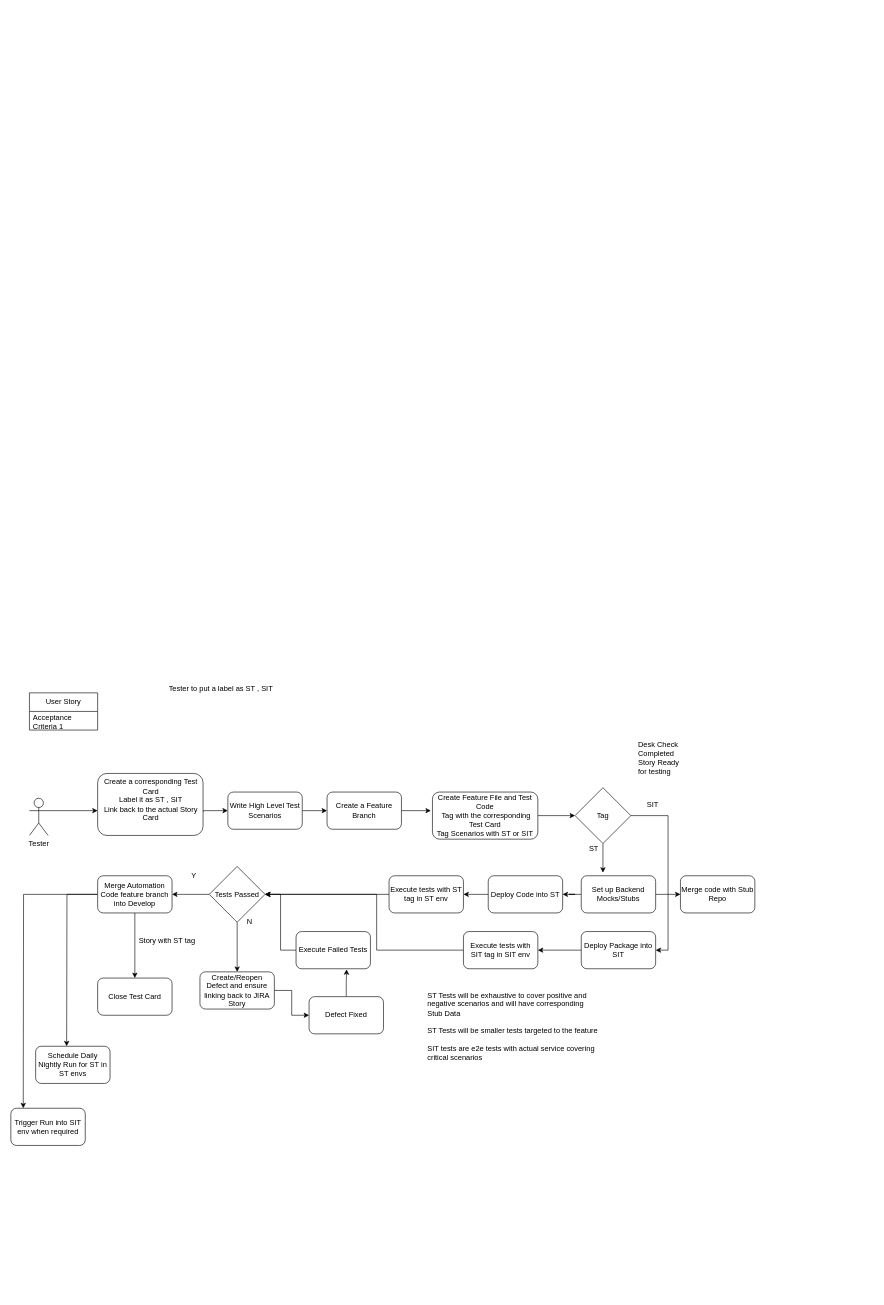
The draw.io diagram page "Page-3" (3 of 4) of Test Process.drawio in neeraj0882/Process, before the edit. Source tidied: cells renumbered, new cells numbered last; positions are measured from the earlier drawing's top-left corner, leaving out a move shared by most shapes. Both pictures are drawn from the tidied source at 62%, with x=0, y=0 at pixel (11, 674).
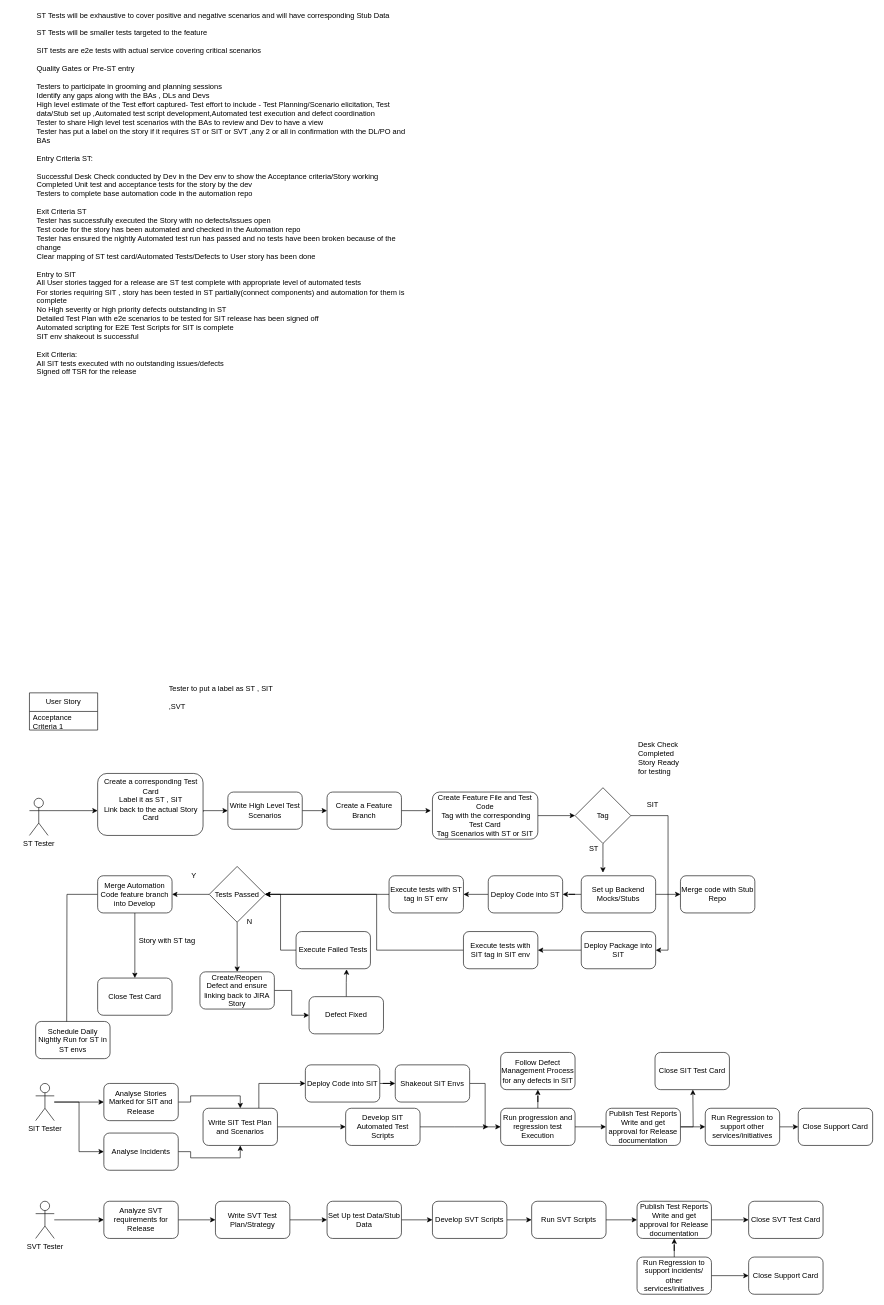
The same diagram, later.

Unchanged cells that the change refers to:
```xml
<mxCell id="29" value="Merge Automation Code feature branch into Develop" style="rounded=1;whiteSpace=wrap;html=1;" parent="1" vertex="1">
  <mxGeometry x="140" y="325" width="120" height="60" as="geometry" />
</mxCell>
```

Diff of the diagram source:
```diff
@@
-    <mxCell id="2" value="Tester" style="shape=umlActor;verticalLabelPosition=bottom;verticalAlign=top;html=1;" parent="1" vertex="1">
+    <mxCell id="2" value="ST Tester" style="shape=umlActor;verticalLabelPosition=bottom;verticalAlign=top;html=1;" parent="1" vertex="1">
       <mxGeometry x="30" y="200" width="30" height="60" as="geometry" />
     </mxCell>
@@
-    <mxCell id="8" value="&lt;h1&gt;&lt;span style=&quot;background-color: initial; font-size: 12px; font-weight: normal;&quot;&gt;Tester to put a label as ST , SIT&amp;nbsp;&lt;/span&gt;&lt;/h1&gt;" style="text;html=1;strokeColor=none;fillColor=none;spacing=5;spacingTop=-20;whiteSpace=wrap;overflow=hidden;rounded=0;" parent="1" vertex="1">
+    <mxCell id="8" value="&lt;h1&gt;&lt;span style=&quot;background-color: initial; font-size: 12px; font-weight: normal;&quot;&gt;Tester to put a label as ST , SIT ,SVT&amp;nbsp;&lt;/span&gt;&lt;/h1&gt;" style="text;html=1;strokeColor=none;fillColor=none;spacing=5;spacingTop=-20;whiteSpace=wrap;overflow=hidden;rounded=0;" parent="1" vertex="1">
       <mxGeometry x="250" width="190" height="120" as="geometry" />
     </mxCell>
@@
-    <mxCell id="28" style="edgeStyle=orthogonalEdgeStyle;rounded=0;jettySize=auto;html=1;" parent="1" edge="1" source="29">
-      <mxGeometry relative="1" as="geometry">
-        <mxPoint x="20" y="700" as="targetPoint" />
-      </mxGeometry>
-    </mxCell>
@@
     <mxCell id="49" value="Schedule Daily Nightly Run for ST in ST envs" style="rounded=1;whiteSpace=wrap;html=1;" parent="1" vertex="1">
-      <mxGeometry x="40" y="600" width="120" height="60" as="geometry" />
+      <mxGeometry x="40" y="560" width="120" height="60" as="geometry" />
     </mxCell>
-    <mxCell id="50" value="Trigger Run into SIT env when required" style="rounded=1;whiteSpace=wrap;html=1;" parent="1" vertex="1">
-      <mxGeometry y="700" width="120" height="60" as="geometry" />
-    </mxCell>
@@
-    <mxCell id="52" value="ST Tests will be exhaustive to cover positive and negative scenarios and will have corresponding Stub Data&amp;nbsp;&lt;br&gt;&lt;br&gt;ST Tests will be smaller tests targeted to the feature&lt;br&gt;&lt;br&gt;SIT tests are e2e tests with actual service covering critical scenarios&lt;br&gt;&lt;br&gt;" style="text;html=1;strokeColor=none;fillColor=none;align=left;verticalAlign=middle;whiteSpace=wrap;rounded=0;" parent="1" vertex="1">
-      <mxGeometry x="670" y="500" width="280" height="150" as="geometry" />
-    </mxCell>
+    <mxCell id="53" style="edgeStyle=orthogonalEdgeStyle;rounded=0;jettySize=auto;html=1;" parent="1" edge="1" source="55" target="57">
+      <mxGeometry relative="1" as="geometry" />
+    </mxCell>
+    <mxCell id="54" style="edgeStyle=orthogonalEdgeStyle;rounded=0;jettySize=auto;html=1;entryX=0;entryY=0.5;entryDx=0;entryDy=0;" parent="1" edge="1" source="55" target="72">
+      <mxGeometry relative="1" as="geometry" />
+    </mxCell>
+    <mxCell id="55" value="SIT Tester" style="shape=umlActor;verticalLabelPosition=bottom;verticalAlign=top;html=1;outlineConnect=0;" parent="1" vertex="1">
+      <mxGeometry x="40" y="660" width="30" height="60" as="geometry" />
+    </mxCell>
+    <mxCell id="56" style="edgeStyle=orthogonalEdgeStyle;rounded=0;jettySize=auto;html=1;entryX=0.5;entryY=0;entryDx=0;entryDy=0;" parent="1" edge="1" source="57" target="60">
+      <mxGeometry relative="1" as="geometry" />
+    </mxCell>
+    <mxCell id="57" value="Analyse Stories Marked for SIT and Release" style="rounded=1;whiteSpace=wrap;html=1;" parent="1" vertex="1">
+      <mxGeometry x="150" y="660" width="120" height="60" as="geometry" />
+    </mxCell>
+    <mxCell id="58" style="edgeStyle=orthogonalEdgeStyle;rounded=0;jettySize=auto;html=1;entryX=0;entryY=0.5;entryDx=0;entryDy=0;" parent="1" edge="1" source="60" target="62">
+      <mxGeometry relative="1" as="geometry" />
+    </mxCell>
+    <mxCell id="59" style="edgeStyle=orthogonalEdgeStyle;rounded=0;jettySize=auto;html=1;exitX=0.75;exitY=0;exitDx=0;exitDy=0;entryX=0;entryY=0.5;entryDx=0;entryDy=0;" parent="1" edge="1" source="60" target="99">
+      <mxGeometry relative="1" as="geometry" />
+    </mxCell>
+    <mxCell id="60" value="Write SIT Test Plan and Scenarios" style="rounded=1;whiteSpace=wrap;html=1;" parent="1" vertex="1">
+      <mxGeometry x="310" y="700" width="120" height="60" as="geometry" />
+    </mxCell>
+    <mxCell id="61" style="edgeStyle=orthogonalEdgeStyle;rounded=0;jettySize=auto;html=1;" parent="1" edge="1" source="62">
+      <mxGeometry relative="1" as="geometry">
+        <mxPoint x="770" y="730" as="targetPoint" />
+      </mxGeometry>
+    </mxCell>
+    <mxCell id="62" value="Develop SIT Automated Test Scripts" style="rounded=1;whiteSpace=wrap;html=1;" parent="1" vertex="1">
+      <mxGeometry x="540" y="700" width="120" height="60" as="geometry" />
+    </mxCell>
+    <mxCell id="63" style="edgeStyle=orthogonalEdgeStyle;rounded=0;jettySize=auto;html=1;exitX=1;exitY=0.5;exitDx=0;exitDy=0;entryX=0;entryY=0.5;entryDx=0;entryDy=0;" parent="1" edge="1" source="64" target="67">
+      <mxGeometry relative="1" as="geometry" />
+    </mxCell>
+    <mxCell id="64" value="Shakeout SIT Envs" style="rounded=1;whiteSpace=wrap;html=1;" parent="1" vertex="1">
+      <mxGeometry x="620" y="630" width="120" height="60" as="geometry" />
+    </mxCell>
+    <mxCell id="65" style="edgeStyle=orthogonalEdgeStyle;rounded=0;jettySize=auto;html=1;" parent="1" edge="1" source="67" target="70">
+      <mxGeometry relative="1" as="geometry" />
+    </mxCell>
+    <mxCell id="66" style="edgeStyle=orthogonalEdgeStyle;rounded=0;jettySize=auto;html=1;entryX=0.5;entryY=1;entryDx=0;entryDy=0;" parent="1" edge="1" source="67" target="77">
+      <mxGeometry relative="1" as="geometry" />
+    </mxCell>
+    <mxCell id="67" value="Run progression and regression test Execution" style="rounded=1;whiteSpace=wrap;html=1;" parent="1" vertex="1">
+      <mxGeometry x="790" y="700" width="120" height="60" as="geometry" />
+    </mxCell>
+    <mxCell id="68" style="edgeStyle=orthogonalEdgeStyle;rounded=0;jettySize=auto;html=1;" parent="1" edge="1" source="70" target="74">
+      <mxGeometry relative="1" as="geometry" />
+    </mxCell>
+    <mxCell id="69" style="edgeStyle=orthogonalEdgeStyle;rounded=0;jettySize=auto;html=1;" parent="1" edge="1" source="70">
+      <mxGeometry relative="1" as="geometry">
+        <mxPoint x="1100" y="670" as="targetPoint" />
+      </mxGeometry>
+    </mxCell>
+    <mxCell id="70" value="Publish Test Reports&lt;br&gt;Write and get approval for Release documentation" style="rounded=1;whiteSpace=wrap;html=1;" parent="1" vertex="1">
+      <mxGeometry x="960" y="700" width="120" height="60" as="geometry" />
+    </mxCell>
+    <mxCell id="71" style="edgeStyle=orthogonalEdgeStyle;rounded=0;jettySize=auto;html=1;exitX=1;exitY=0.5;exitDx=0;exitDy=0;entryX=0.5;entryY=1;entryDx=0;entryDy=0;" parent="1" edge="1" source="72" target="60">
+      <mxGeometry relative="1" as="geometry" />
+    </mxCell>
+    <mxCell id="72" value="Analyse Incidents" style="rounded=1;whiteSpace=wrap;html=1;" parent="1" vertex="1">
+      <mxGeometry x="150" y="740" width="120" height="60" as="geometry" />
+    </mxCell>
+    <mxCell id="73" style="edgeStyle=orthogonalEdgeStyle;rounded=0;jettySize=auto;html=1;exitX=1;exitY=0.5;exitDx=0;exitDy=0;entryX=0;entryY=0.5;entryDx=0;entryDy=0;" parent="1" edge="1" source="74" target="76">
+      <mxGeometry relative="1" as="geometry" />
+    </mxCell>
+    <mxCell id="74" value="Run Regression to support other services/initiatives" style="rounded=1;whiteSpace=wrap;html=1;" parent="1" vertex="1">
+      <mxGeometry x="1120" y="700" width="120" height="60" as="geometry" />
+    </mxCell>
+    <mxCell id="75" value="Close SIT Test Card" style="rounded=1;whiteSpace=wrap;html=1;" parent="1" vertex="1">
+      <mxGeometry x="1039" y="610" width="120" height="60" as="geometry" />
+    </mxCell>
+    <mxCell id="76" value="Close Support Card" style="rounded=1;whiteSpace=wrap;html=1;" parent="1" vertex="1">
+      <mxGeometry x="1270" y="700" width="120" height="60" as="geometry" />
+    </mxCell>
+    <mxCell id="77" value="Follow Defect Management Process for any defects in SIT" style="rounded=1;whiteSpace=wrap;html=1;" parent="1" vertex="1">
+      <mxGeometry x="790" y="610" width="120" height="60" as="geometry" />
+    </mxCell>
+    <mxCell id="78" style="edgeStyle=orthogonalEdgeStyle;rounded=0;jettySize=auto;html=1;" parent="1" edge="1" source="79" target="81">
+      <mxGeometry relative="1" as="geometry" />
+    </mxCell>
+    <mxCell id="79" value="SVT Tester" style="shape=umlActor;verticalLabelPosition=bottom;verticalAlign=top;html=1;outlineConnect=0;" parent="1" vertex="1">
+      <mxGeometry x="40" y="850" width="30" height="60" as="geometry" />
+    </mxCell>
+    <mxCell id="80" style="edgeStyle=orthogonalEdgeStyle;rounded=0;jettySize=auto;html=1;" parent="1" edge="1" source="81" target="83">
+      <mxGeometry relative="1" as="geometry" />
+    </mxCell>
+    <mxCell id="81" value="Analyze SVT requirements for Release" style="rounded=1;whiteSpace=wrap;html=1;" parent="1" vertex="1">
+      <mxGeometry x="150" y="850" width="120" height="60" as="geometry" />
+    </mxCell>
+    <mxCell id="82" style="edgeStyle=orthogonalEdgeStyle;rounded=0;jettySize=auto;html=1;" parent="1" edge="1" source="83" target="85">
+      <mxGeometry relative="1" as="geometry" />
+    </mxCell>
+    <mxCell id="83" value="Write SVT Test Plan/Strategy" style="rounded=1;whiteSpace=wrap;html=1;" parent="1" vertex="1">
+      <mxGeometry x="330" y="850" width="120" height="60" as="geometry" />
+    </mxCell>
+    <mxCell id="84" style="edgeStyle=orthogonalEdgeStyle;rounded=0;jettySize=auto;html=1;" parent="1" edge="1" source="85" target="87">
+      <mxGeometry relative="1" as="geometry" />
+    </mxCell>
+    <mxCell id="85" value="Set Up test Data/Stub Data" style="rounded=1;whiteSpace=wrap;html=1;" parent="1" vertex="1">
+      <mxGeometry x="510" y="850" width="120" height="60" as="geometry" />
+    </mxCell>
+    <mxCell id="86" style="edgeStyle=orthogonalEdgeStyle;rounded=0;jettySize=auto;html=1;" parent="1" edge="1" source="87" target="89">
+      <mxGeometry relative="1" as="geometry" />
+    </mxCell>
+    <mxCell id="87" value="Develop SVT Scripts" style="rounded=1;whiteSpace=wrap;html=1;" parent="1" vertex="1">
+      <mxGeometry x="680" y="850" width="120" height="60" as="geometry" />
+    </mxCell>
+    <mxCell id="88" style="edgeStyle=orthogonalEdgeStyle;rounded=0;jettySize=auto;html=1;" parent="1" edge="1" source="89" target="94">
+      <mxGeometry relative="1" as="geometry" />
+    </mxCell>
+    <mxCell id="89" value="Run SVT Scripts" style="rounded=1;whiteSpace=wrap;html=1;" parent="1" vertex="1">
+      <mxGeometry x="840" y="850" width="120" height="60" as="geometry" />
+    </mxCell>
+    <mxCell id="90" style="edgeStyle=orthogonalEdgeStyle;rounded=0;jettySize=auto;html=1;" parent="1" edge="1" source="92" target="96">
+      <mxGeometry relative="1" as="geometry" />
+    </mxCell>
+    <mxCell id="91" style="edgeStyle=orthogonalEdgeStyle;rounded=0;jettySize=auto;html=1;" parent="1" edge="1" source="92" target="94">
+      <mxGeometry relative="1" as="geometry" />
+    </mxCell>
+    <mxCell id="92" value="Run Regression to support incidents/ other services/initiatives" style="rounded=1;whiteSpace=wrap;html=1;" parent="1" vertex="1">
+      <mxGeometry x="1010" y="940" width="120" height="60" as="geometry" />
+    </mxCell>
+    <mxCell id="93" style="edgeStyle=orthogonalEdgeStyle;rounded=0;jettySize=auto;html=1;" parent="1" edge="1" source="94" target="95">
+      <mxGeometry relative="1" as="geometry" />
+    </mxCell>
+    <mxCell id="94" value="Publish Test Reports&lt;br style=&quot;border-color: var(--border-color);&quot;&gt;Write and get approval for Release documentation" style="rounded=1;whiteSpace=wrap;html=1;" parent="1" vertex="1">
+      <mxGeometry x="1010" y="850" width="120" height="60" as="geometry" />
+    </mxCell>
+    <mxCell id="95" value="Close SVT Test Card" style="rounded=1;whiteSpace=wrap;html=1;" parent="1" vertex="1">
+      <mxGeometry x="1190" y="850" width="120" height="60" as="geometry" />
+    </mxCell>
+    <mxCell id="96" value="Close Support Card" style="rounded=1;whiteSpace=wrap;html=1;" parent="1" vertex="1">
+      <mxGeometry x="1190" y="940" width="120" height="60" as="geometry" />
+    </mxCell>
+    <mxCell id="97" value="ST Tests will be exhaustive to cover positive and negative scenarios and will have corresponding Stub Data&amp;nbsp;&lt;br&gt;&lt;br&gt;ST Tests will be smaller tests targeted to the feature&lt;br&gt;&lt;br&gt;SIT tests are e2e tests with actual service covering critical scenarios&lt;br&gt;&lt;br&gt;Quality Gates or Pre-ST entry&lt;br&gt;&lt;br&gt;Testers to participate in grooming and planning sessions&lt;br&gt;Identify any gaps along with the BAs , DLs and Devs&lt;br&gt;High level estimate of the Test effort captured- Test effort to include - Test Planning/Scenario elicitation, Test data/Stub set up ,Automated test script development,Automated test execution and defect coordination&lt;br&gt;Tester to share High level test scenarios with the BAs to review and Dev to have a view&lt;br&gt;Tester has put a label on the story if it requires ST or SIT or SVT ,any 2 or all in confirmation with the DL/PO and BAs&lt;br&gt;&lt;br&gt;Entry Criteria ST:&lt;br&gt;&lt;br&gt;Successful Desk Check conducted by Dev in the Dev env to show the Acceptance criteria/Story working&lt;br&gt;Completed Unit test and acceptance tests for the story by the dev&lt;br&gt;Testers to complete base automation code in the automation repo&lt;br&gt;&lt;br&gt;Exit Criteria ST&lt;br&gt;Tester has successfully executed the Story with no defects/issues open&lt;br&gt;Test code for the story has been automated and checked in the Automation repo&lt;br&gt;Tester has ensured the nightly Automated test run has passed and no tests have been broken because of the change&lt;br&gt;Clear mapping of ST test card/Automated Tests/Defects to User story has been done&lt;br&gt;&lt;br&gt;Entry to SIT&lt;br&gt;All User stories tagged for a release are ST test complete with appropriate level of automated tests&lt;br&gt;For stories requiring SIT , story has been tested in ST partially(connect components) and automation for them is complete&lt;br&gt;No High severity or high priority defects outstanding in ST&lt;br&gt;Detailed Test Plan with e2e scenarios to be tested for SIT release has been signed off&lt;br&gt;Automated scripting for E2E Test Scripts for SIT is complete&lt;br&gt;SIT env shakeout is successful&lt;br&gt;&lt;br&gt;Exit Criteria:&lt;br&gt;All SIT tests executed with no outstanding issues/defects&lt;br&gt;Signed off TSR for the release&lt;br&gt;" style="text;html=1;strokeColor=none;fillColor=none;align=left;verticalAlign=middle;whiteSpace=wrap;rounded=0;" parent="1" vertex="1">
+      <mxGeometry x="40" y="-870" width="620" height="190" as="geometry" />
+    </mxCell>
+    <mxCell id="98" style="edgeStyle=orthogonalEdgeStyle;rounded=0;jettySize=auto;html=1;" parent="1" edge="1" source="99" target="64">
+      <mxGeometry relative="1" as="geometry" />
+    </mxCell>
+    <mxCell id="99" value="Deploy Code into SIT" style="rounded=1;whiteSpace=wrap;html=1;" parent="1" vertex="1">
+      <mxGeometry x="475" y="630" width="120" height="60" as="geometry" />
+    </mxCell>
```
